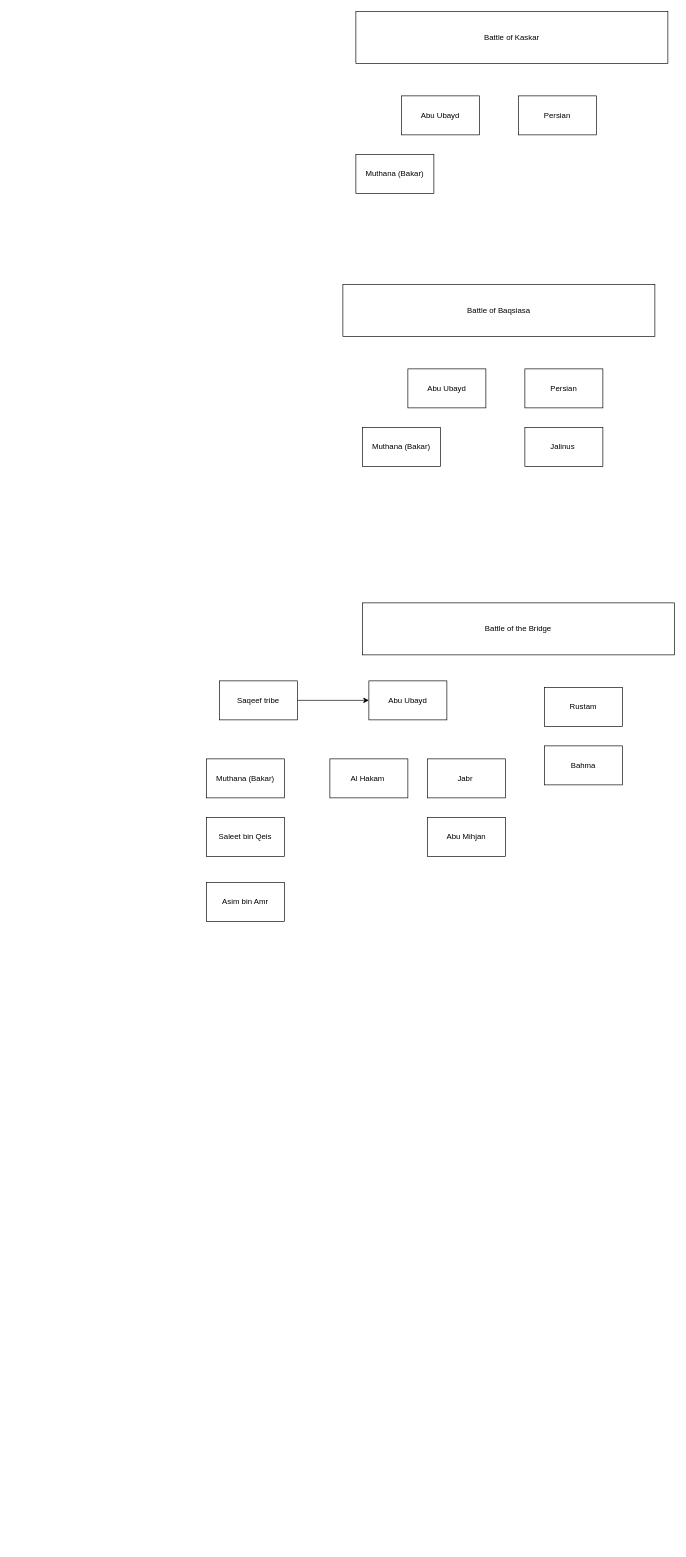
The draw.io diagram page "Umar" (3 of 51) of Islam Groupings.drawio in azryzdy/hobbies, before the edit. Source tidied: cells renumbered, new cells numbered last; positions are measured from the earlier drawing's top-left corner, leaving out a move shared by most shapes. Both pictures are drawn from the tidied source at 65%, with x=0, y=0 at pixel (206, 11).
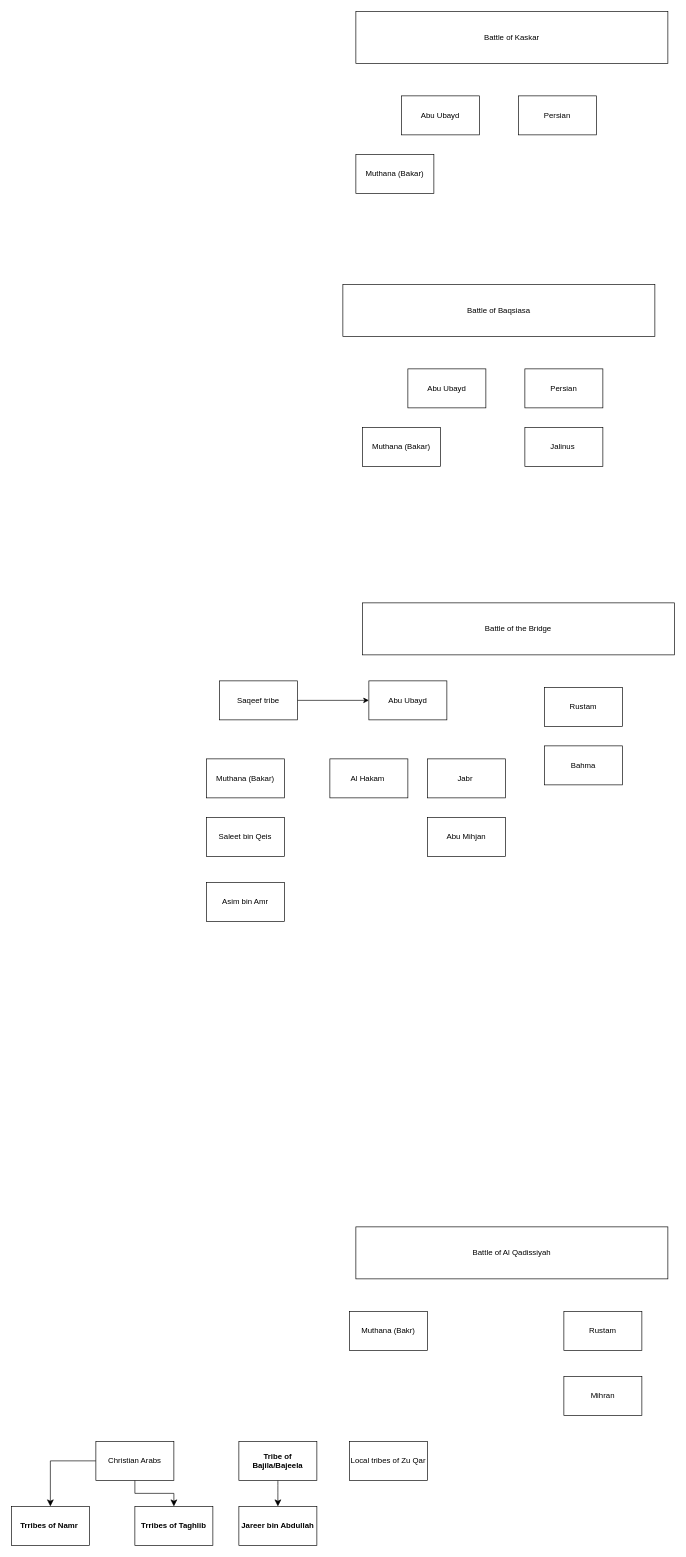
Above is the later version.

Change to the diagram source:
```diff
@@
+    <mxCell id="23" value="Battle of Al Qadissiyah " style="rounded=0;whiteSpace=wrap;html=1;" parent="1" vertex="1">
+      <mxGeometry x="230" y="1870" width="480" height="80" as="geometry" />
+    </mxCell>
+    <mxCell id="24" value="Muthana (Bakr)" style="rounded=0;whiteSpace=wrap;html=1;" parent="1" vertex="1">
+      <mxGeometry x="220" y="2000" width="120" height="60" as="geometry" />
+    </mxCell>
+    <mxCell id="25" value="Local tribes of Zu Qar" style="rounded=0;whiteSpace=wrap;html=1;" parent="1" vertex="1">
+      <mxGeometry x="220" y="2200" width="120" height="60" as="geometry" />
+    </mxCell>
+    <mxCell id="26" style="edgeStyle=none;curved=1;rounded=0;curveGeometry=1;jettySize=auto;html=1;entryX=0.5;entryY=0;entryDx=0;entryDy=0;fontSize=12;defaultLabelBackgroundColor=page;startSize=8;endSize=8;" parent="1" edge="1" source="27" target="28">
+      <mxGeometry relative="1" as="geometry" />
+    </mxCell>
+    <mxCell id="27" value="Tribe of Bajila/Bajeela" style="whiteSpace=wrap;html=1;rounded=0;fontStyle=1;" parent="1" vertex="1">
+      <mxGeometry x="50" y="2200" width="120" height="60" as="geometry" />
+    </mxCell>
+    <mxCell id="28" value="Jareer bin Abdullah " style="whiteSpace=wrap;html=1;rounded=0;fontStyle=1;" parent="1" vertex="1">
+      <mxGeometry x="50" y="2300" width="120" height="60" as="geometry" />
+    </mxCell>
+    <mxCell id="29" style="edgeStyle=orthogonalEdgeStyle;rounded=0;jettySize=auto;html=1;entryX=0.5;entryY=0;entryDx=0;entryDy=0;fontSize=12;defaultLabelBackgroundColor=page;startSize=8;endSize=8;" parent="1" edge="1" source="31" target="33">
+      <mxGeometry relative="1" as="geometry" />
+    </mxCell>
+    <mxCell id="30" style="edgeStyle=orthogonalEdgeStyle;rounded=0;jettySize=auto;html=1;entryX=0.5;entryY=0;entryDx=0;entryDy=0;fontSize=12;defaultLabelBackgroundColor=page;startSize=8;endSize=8;" parent="1" edge="1" source="31" target="32">
+      <mxGeometry relative="1" as="geometry" />
+    </mxCell>
+    <mxCell id="31" value="Christian Arabs" style="rounded=0;whiteSpace=wrap;html=1;" parent="1" vertex="1">
+      <mxGeometry x="-170" y="2200" width="120" height="60" as="geometry" />
+    </mxCell>
+    <mxCell id="32" value="Trribes of Namr&amp;nbsp;" style="whiteSpace=wrap;html=1;rounded=0;fontStyle=1;" parent="1" vertex="1">
+      <mxGeometry x="-300" y="2300" width="120" height="60" as="geometry" />
+    </mxCell>
+    <mxCell id="33" value="Trribes of Taghlib" style="whiteSpace=wrap;html=1;rounded=0;fontStyle=1;" parent="1" vertex="1">
+      <mxGeometry x="-110" y="2300" width="120" height="60" as="geometry" />
+    </mxCell>
+    <mxCell id="34" value="Mihran " style="rounded=0;whiteSpace=wrap;html=1;" parent="1" vertex="1">
+      <mxGeometry x="550" y="2100" width="120" height="60" as="geometry" />
+    </mxCell>
+    <mxCell id="35" value="Rustam" style="rounded=0;whiteSpace=wrap;html=1;" parent="1" vertex="1">
+      <mxGeometry x="550" y="2000" width="120" height="60" as="geometry" />
+    </mxCell>
```
